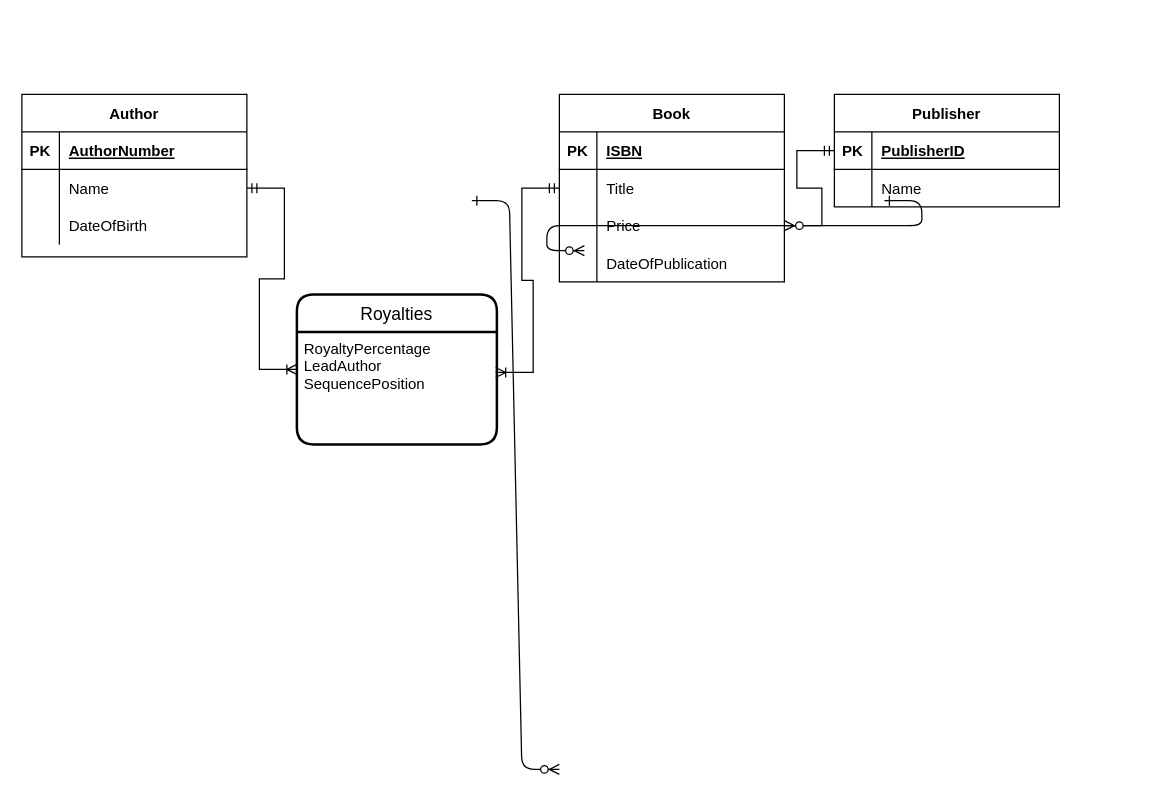
Earlier version of the draw.io diagram page "hw1" (1 of 3) of practice.drawio (02powermax09/02powermax09). Source tidied: cells renumbered, new cells numbered last; positions are measured from the earlier drawing's top-left corner, leaving out a move shared by most shapes. Both pictures are drawn from the tidied source at 125%, with x=0, y=0 at pixel (21, 94).
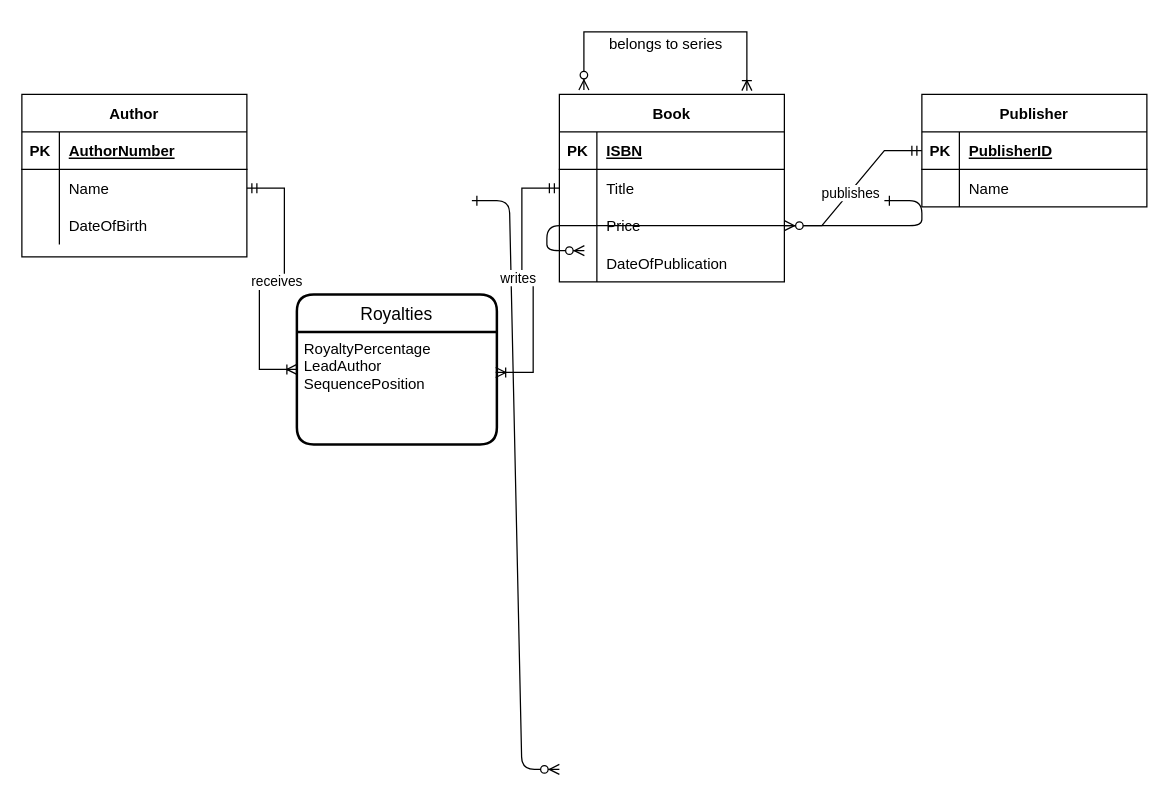
The same page after the edit.

The change refers to these unchanged cells:
```xml
<mxCell id="4" value="Book" style="shape=table;startSize=30;childLayout=tableLayout;rowLines=0;fontStyle=1;align=center;" parent="1" vertex="1">
  <mxGeometry x="430" width="180" height="150" as="geometry" />
</mxCell>
<mxCell id="24" style="edgeStyle=entityRelationEdgeStyle;fontSize=12;html=1;endArrow=ERzeroToMany;startArrow=ERmandOne;rounded=0;exitX=0;exitY=0.5;exitDx=0;exitDy=0;entryX=1;entryY=0.5;entryDx=0;entryDy=0;" parent="1" edge="1" source="18" target="11">
  <mxGeometry relative="1" as="geometry" />
</mxCell>
<mxCell id="37" style="edgeStyle=entityRelationEdgeStyle;fontSize=12;html=1;endArrow=ERoneToMany;startArrow=ERmandOne;rounded=0;exitX=1;exitY=0.5;exitDx=0;exitDy=0;entryX=0;entryY=0.5;entryDx=0;entryDy=0;" parent="1" edge="1" source="29" target="35">
  <mxGeometry relative="1" as="geometry" />
</mxCell>
<mxCell id="38" style="edgeStyle=entityRelationEdgeStyle;fontSize=12;html=1;endArrow=ERoneToMany;startArrow=ERmandOne;rounded=0;exitX=0;exitY=0.5;exitDx=0;exitDy=0;entryX=0.994;entryY=0.361;entryDx=0;entryDy=0;entryPerimeter=0;" parent="1" edge="1" source="8" target="36">
  <mxGeometry relative="1" as="geometry" />
</mxCell>
```

Diff of the diagram source:
```diff
@@
     <mxCell id="17" value="Publisher" style="shape=table;startSize=30;childLayout=tableLayout;rowLines=0;fontStyle=1;align=center;" parent="1" vertex="1">
-      <mxGeometry x="650" width="180" height="90" as="geometry" />
+      <mxGeometry x="720" width="180" height="90" as="geometry" />
     </mxCell>
@@
+    <mxCell id="39" value="publishes" style="edgeLabel;html=1;align=center;verticalAlign=middle;" parent="24" vertex="1">
+      <mxGeometry x="0.05" relative="1" as="geometry" />
+    </mxCell>
@@
+    <mxCell id="40" value="receives" style="edgeLabel;html=1;align=center;verticalAlign=middle;" parent="37" vertex="1">
+      <mxGeometry x="-0.03" y="2" relative="1" as="geometry" />
+    </mxCell>
@@
+    <mxCell id="41" value="writes" style="edgeLabel;html=1;align=center;verticalAlign=middle;" parent="38" vertex="1">
+      <mxGeometry x="-0.05" y="-2" relative="1" as="geometry">
+        <mxPoint x="-2" y="-2" as="offset" />
+      </mxGeometry>
+    </mxCell>
+    <mxCell id="42" style="edgeStyle=elbowEdgeStyle;fontSize=12;html=1;endArrow=ERoneToMany;startArrow=ERzeroToMany;rounded=0;exitX=0.109;exitY=-0.023;exitDx=0;exitDy=0;elbow=vertical;exitPerimeter=0;" parent="1" edge="1" source="4">
+      <mxGeometry relative="1" as="geometry">
+        <mxPoint x="580" y="-3" as="targetPoint" />
+        <Array as="points">
+          <mxPoint x="520" y="-50" />
+          <mxPoint x="580" y="-60" />
+          <mxPoint x="430" y="-60" />
+        </Array>
+      </mxGeometry>
+    </mxCell>
+    <mxCell id="43" value="belongs to series" style="text;html=1;align=center;verticalAlign=middle;strokeColor=none;fillColor=none;" parent="1" vertex="1">
+      <mxGeometry x="460" y="-50" width="110" height="20" as="geometry" />
+    </mxCell>
```
